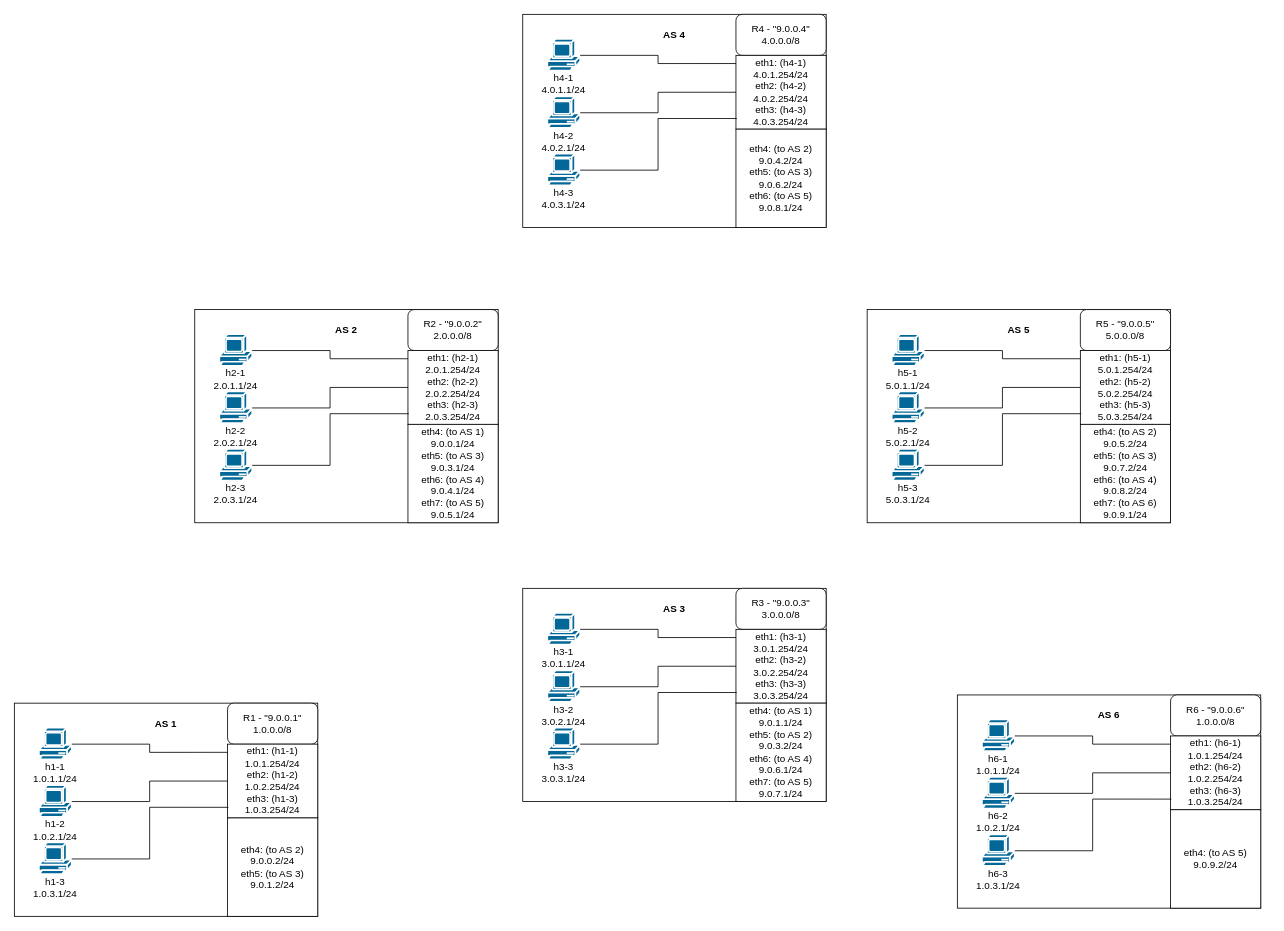
Before: Mininet2.drawio in unkemptArc99/Draw.io-diagrams, a draw.io diagram. Source tidied: cells renumbered, new cells numbered last; positions are measured from the earlier drawing's top-left corner, leaving out a move shared by most shapes. Both pictures are drawn from the tidied source at 82%, with x=0, y=0 at pixel (14, 14).
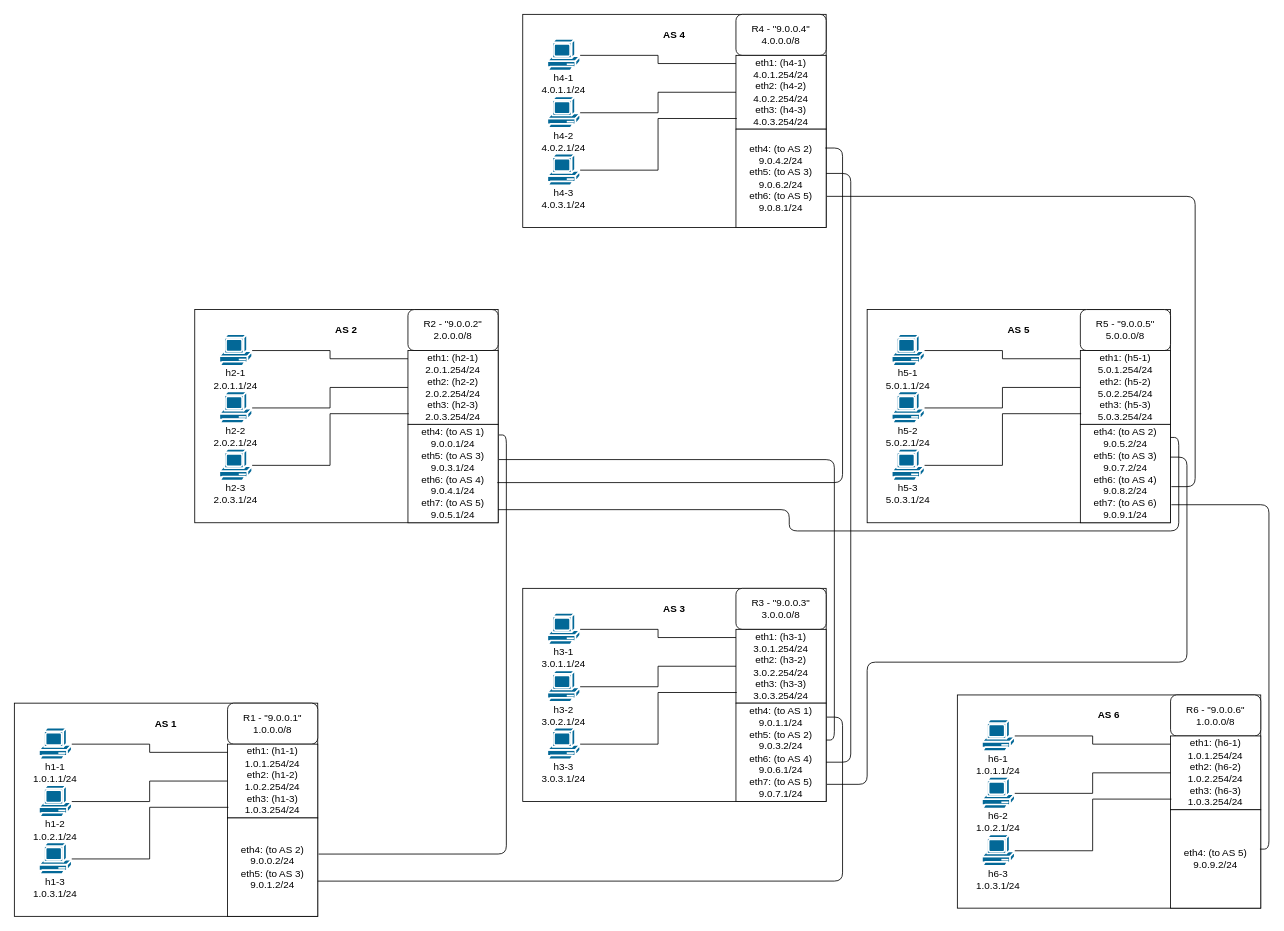
Above is the later version.

Commit message:
Added links in Mininet

The change refers to these unchanged cells:
```xml
<mxCell id="6" value="eth4: (to AS 1)&lt;br&gt;9.0.0.1/24&lt;br&gt;eth5: (to AS 3)&lt;br&gt;9.0.3.1/24&lt;br&gt;eth6: (to AS 4)&lt;br&gt;9.0.4.1/24&lt;br&gt;eth7: (to AS 5)&lt;br&gt;9.0.5.1/24" style="rounded=0;whiteSpace=wrap;html=1;" parent="1" vertex="1">
  <mxGeometry x="480" y="500" width="110" height="120" as="geometry" />
</mxCell>
<mxCell id="20" value="eth4: (to AS 2)&lt;br&gt;9.0.4.2/24&lt;br&gt;eth5: (to AS 3)&lt;br&gt;9.0.6.2/24&lt;br&gt;eth6: (to AS 5)&lt;br&gt;9.0.8.1/24" style="rounded=0;whiteSpace=wrap;html=1;" parent="1" vertex="1">
  <mxGeometry x="880" y="140" width="110" height="120" as="geometry" />
</mxCell>
<mxCell id="34" value="eth4: (to AS 1)&lt;br&gt;9.0.1.1/24&lt;br&gt;eth5: (to AS 2)&lt;br&gt;9.0.3.2/24&lt;br&gt;eth6: (to AS 4)&lt;br&gt;9.0.6.1/24&lt;br&gt;eth7: (to AS 5)&lt;br&gt;9.0.7.1/24" style="rounded=0;whiteSpace=wrap;html=1;" parent="1" vertex="1">
  <mxGeometry x="880" y="840" width="110" height="120" as="geometry" />
</mxCell>
<mxCell id="48" value="eth4: (to AS 2)&lt;br&gt;9.0.5.2/24&lt;br&gt;eth5: (to AS 3)&lt;br&gt;9.0.7.2/24&lt;br&gt;eth6: (to AS 4)&lt;br&gt;9.0.8.2/24&lt;br&gt;eth7: (to AS 6)&lt;br&gt;9.0.9.1/24" style="rounded=0;whiteSpace=wrap;html=1;" parent="1" vertex="1">
  <mxGeometry x="1300" y="500" width="110" height="120" as="geometry" />
</mxCell>
<mxCell id="62" value="eth4: (to AS 2)&lt;br&gt;9.0.0.2/24&lt;br&gt;eth5: (to AS 3)&lt;br&gt;9.0.1.2/24&lt;br&gt;" style="rounded=0;whiteSpace=wrap;html=1;" parent="1" vertex="1">
  <mxGeometry x="260" y="980" width="110" height="120" as="geometry" />
</mxCell>
<mxCell id="76" value="eth4: (to AS 5)&lt;br&gt;9.0.9.2/24&lt;br&gt;" style="rounded=0;whiteSpace=wrap;html=1;" parent="1" vertex="1">
  <mxGeometry x="1410" y="970" width="110" height="120" as="geometry" />
</mxCell>
```

The edit, as a diff of the source:
```diff
@@
+    <mxCell id="86" style="endArrow=none;html=1;exitX=1.009;exitY=0.367;exitDx=0;exitDy=0;exitPerimeter=0;entryX=1.009;entryY=0.108;entryDx=0;entryDy=0;entryPerimeter=0;edgeStyle=orthogonalEdgeStyle;" parent="1" edge="1" source="62" target="6">
+      <mxGeometry relative="1" as="geometry" />
+    </mxCell>
+    <mxCell id="87" style="endArrow=none;html=1;exitX=1.009;exitY=0.358;exitDx=0;exitDy=0;exitPerimeter=0;entryX=1;entryY=0.375;entryDx=0;entryDy=0;entryPerimeter=0;edgeStyle=orthogonalEdgeStyle;" parent="1" edge="1" source="6" target="34">
+      <mxGeometry relative="1" as="geometry" />
+    </mxCell>
+    <mxCell id="88" style="endArrow=none;html=1;exitX=0.991;exitY=0.592;exitDx=0;exitDy=0;exitPerimeter=0;entryX=0.991;entryY=0.192;entryDx=0;entryDy=0;entryPerimeter=0;edgeStyle=orthogonalEdgeStyle;" parent="1" edge="1" source="6" target="20">
+      <mxGeometry relative="1" as="geometry">
+        <Array as="points">
+          <mxPoint x="1010" y="571" />
+          <mxPoint x="1010" y="163" />
+        </Array>
+      </mxGeometry>
+    </mxCell>
+    <mxCell id="89" style="endArrow=none;html=1;exitX=1;exitY=0.642;exitDx=0;exitDy=0;exitPerimeter=0;entryX=1.009;entryY=0.142;entryDx=0;entryDy=0;entryPerimeter=0;edgeStyle=orthogonalEdgeStyle;" parent="1" edge="1" source="62" target="34">
+      <mxGeometry relative="1" as="geometry">
+        <Array as="points">
+          <mxPoint x="1010" y="1057" />
+          <mxPoint x="1010" y="857" />
+        </Array>
+      </mxGeometry>
+    </mxCell>
+    <mxCell id="90" style="endArrow=none;html=1;exitX=1;exitY=0.45;exitDx=0;exitDy=0;exitPerimeter=0;entryX=1;entryY=0.6;entryDx=0;entryDy=0;entryPerimeter=0;edgeStyle=orthogonalEdgeStyle;" parent="1" edge="1" source="20" target="34">
+      <mxGeometry relative="1" as="geometry">
+        <Array as="points">
+          <mxPoint x="1020" y="194" />
+          <mxPoint x="1020" y="912" />
+        </Array>
+      </mxGeometry>
+    </mxCell>
+    <mxCell id="91" style="endArrow=none;html=1;exitX=1;exitY=0.867;exitDx=0;exitDy=0;exitPerimeter=0;entryX=1;entryY=0.133;entryDx=0;entryDy=0;entryPerimeter=0;edgeStyle=orthogonalEdgeStyle;" parent="1" edge="1" source="6" target="48">
+      <mxGeometry relative="1" as="geometry" />
+    </mxCell>
+    <mxCell id="92" style="endArrow=none;html=1;exitX=1.009;exitY=0.825;exitDx=0;exitDy=0;exitPerimeter=0;entryX=1;entryY=0.333;entryDx=0;entryDy=0;entryPerimeter=0;edgeStyle=orthogonalEdgeStyle;" parent="1" edge="1" source="34" target="48">
+      <mxGeometry relative="1" as="geometry">
+        <Array as="points">
+          <mxPoint x="1040" y="939" />
+          <mxPoint x="1040" y="790" />
+          <mxPoint x="1430" y="790" />
+          <mxPoint x="1430" y="540" />
+        </Array>
+      </mxGeometry>
+    </mxCell>
+    <mxCell id="93" style="endArrow=none;html=1;exitX=1.009;exitY=0.683;exitDx=0;exitDy=0;exitPerimeter=0;entryX=1.009;entryY=0.633;entryDx=0;entryDy=0;entryPerimeter=0;edgeStyle=orthogonalEdgeStyle;" parent="1" edge="1" source="20" target="48">
+      <mxGeometry relative="1" as="geometry">
+        <Array as="points">
+          <mxPoint x="1440" y="222" />
+          <mxPoint x="1440" y="576" />
+        </Array>
+      </mxGeometry>
+    </mxCell>
+    <mxCell id="94" style="endArrow=none;html=1;entryX=1.009;entryY=0.817;entryDx=0;entryDy=0;entryPerimeter=0;exitX=0.991;exitY=0.4;exitDx=0;exitDy=0;exitPerimeter=0;edgeStyle=orthogonalEdgeStyle;" parent="1" edge="1" source="76" target="48">
+      <mxGeometry relative="1" as="geometry" />
+    </mxCell>
```
